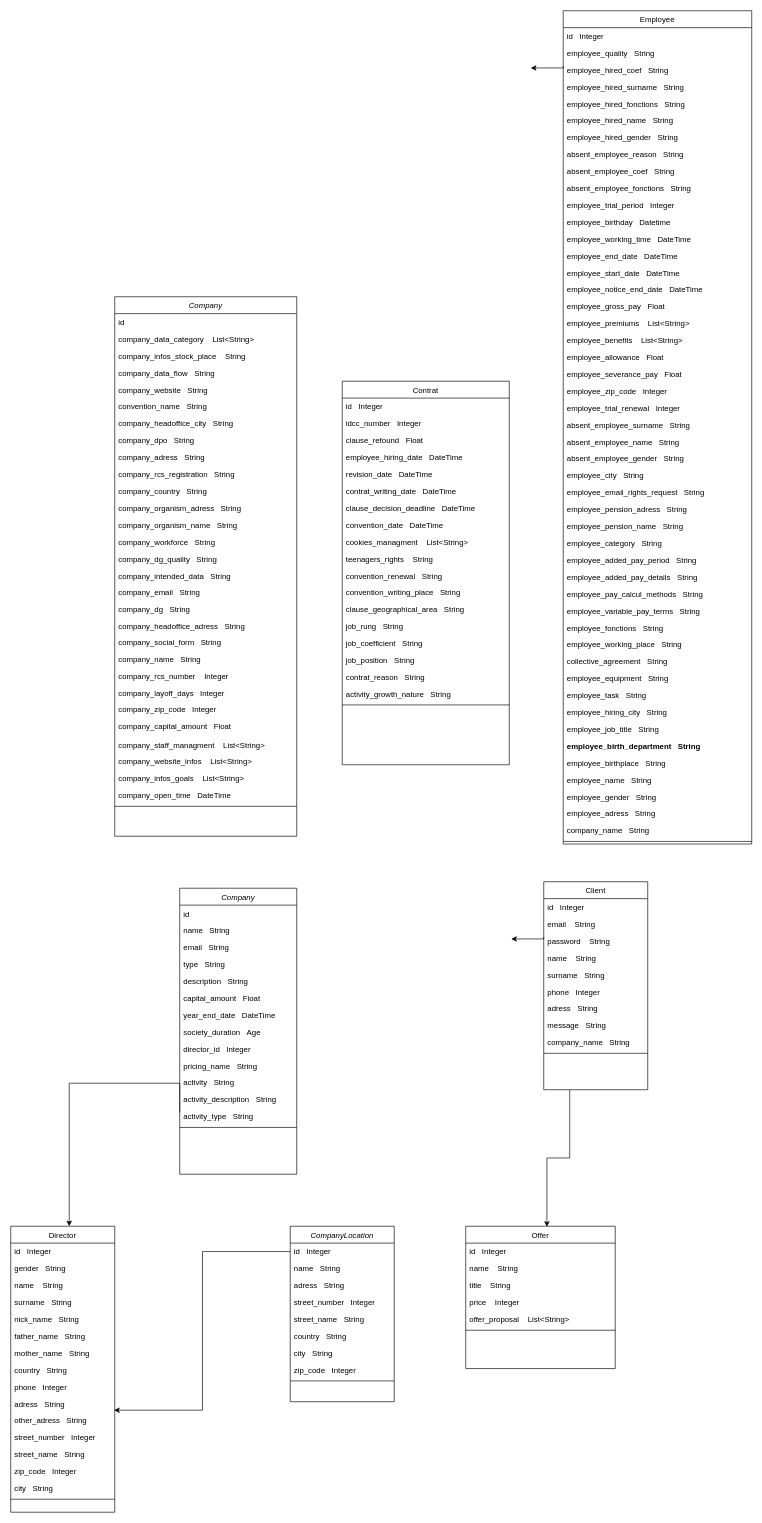
Above: Diagramme sans nom.drawio in Mouanzath-IntegraCom/charts (draw.io), before the change. Source tidied: cells renumbered, new cells numbered last; positions are measured from the earlier drawing's top-left corner, leaving out a move shared by most shapes. Both pictures are drawn from the tidied source at 65%, with x=0, y=0 at pixel (10, 10).
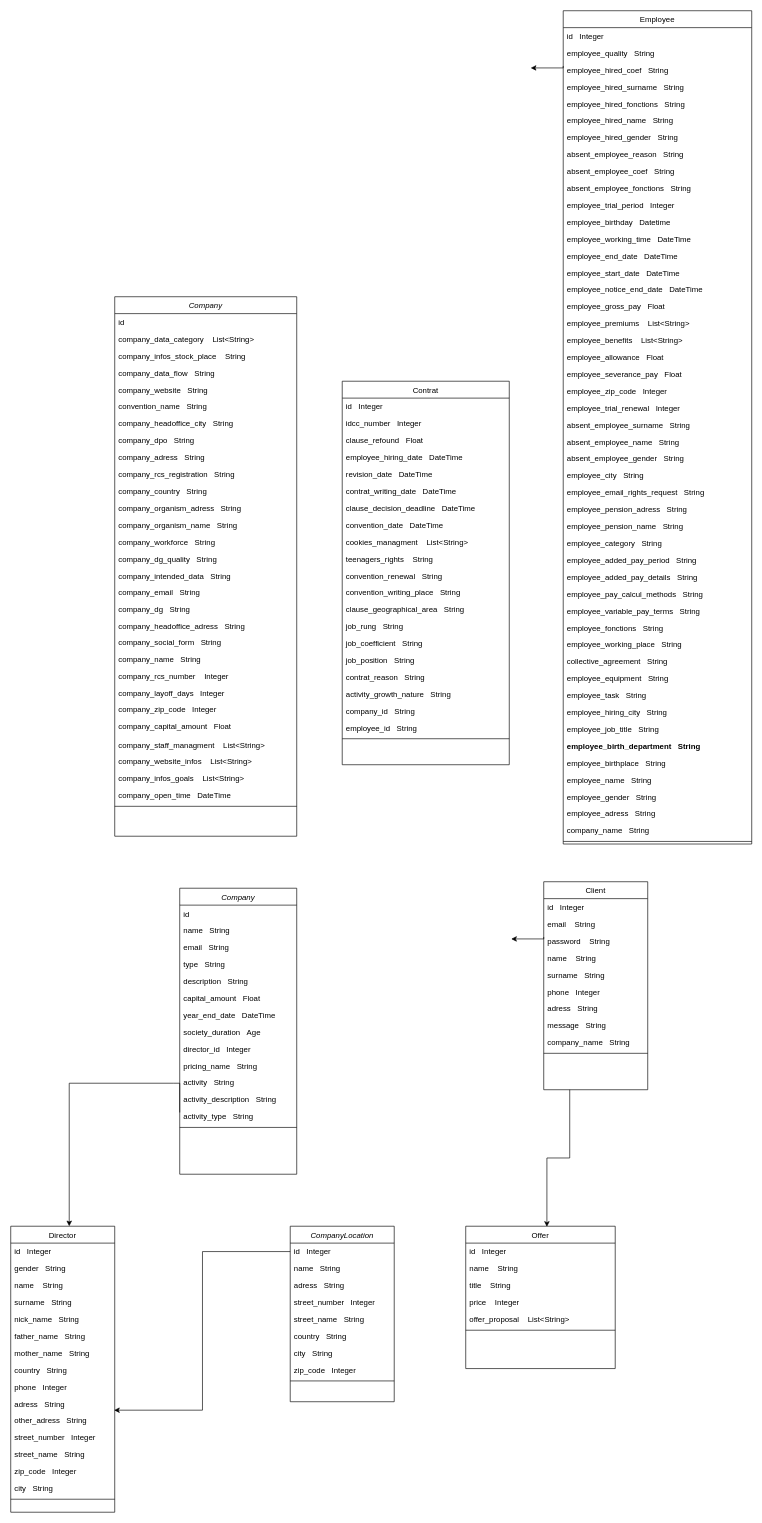
The same page after the edit.

Commit message (it also covers changes not shown here):
Mettre à jour Diagramme

The change refers to these unchanged cells:
```xml
<mxCell id="65" value="Contrat" style="swimlane;fontStyle=0;align=center;verticalAlign=top;horizontal=1;startSize=26;rounded=0;shadow=0;strokeWidth=1;" parent="1" vertex="1">
  <mxGeometry x="510" y="570" width="257" height="590" as="geometry" />
</mxCell>
```

Diff of the diagram source:
```diff
@@
+    <mxCell id="168" value="company_id   String" style="text;align=left;verticalAlign=top;spacingLeft=4;spacingRight=4;overflow=hidden;rounded=0;shadow=0;html=0;" parent="65" vertex="1">
+      <mxGeometry y="494" width="257" height="26" as="geometry" />
+    </mxCell>
+    <mxCell id="169" value="employee_id   String" style="text;align=left;verticalAlign=top;spacingLeft=4;spacingRight=4;overflow=hidden;rounded=0;shadow=0;html=0;" parent="65" vertex="1">
+      <mxGeometry y="520" width="257" height="26" as="geometry" />
+    </mxCell>
     <mxCell id="84" style="line;html=1;strokeWidth=1;align=left;verticalAlign=middle;spacingTop=-1;spacingLeft=3;spacingRight=3;labelPosition=right;" parent="65" vertex="1">
-      <mxGeometry y="494" width="257" height="8" as="geometry" />
+      <mxGeometry y="546" width="257" height="8" as="geometry" />
     </mxCell>
```
